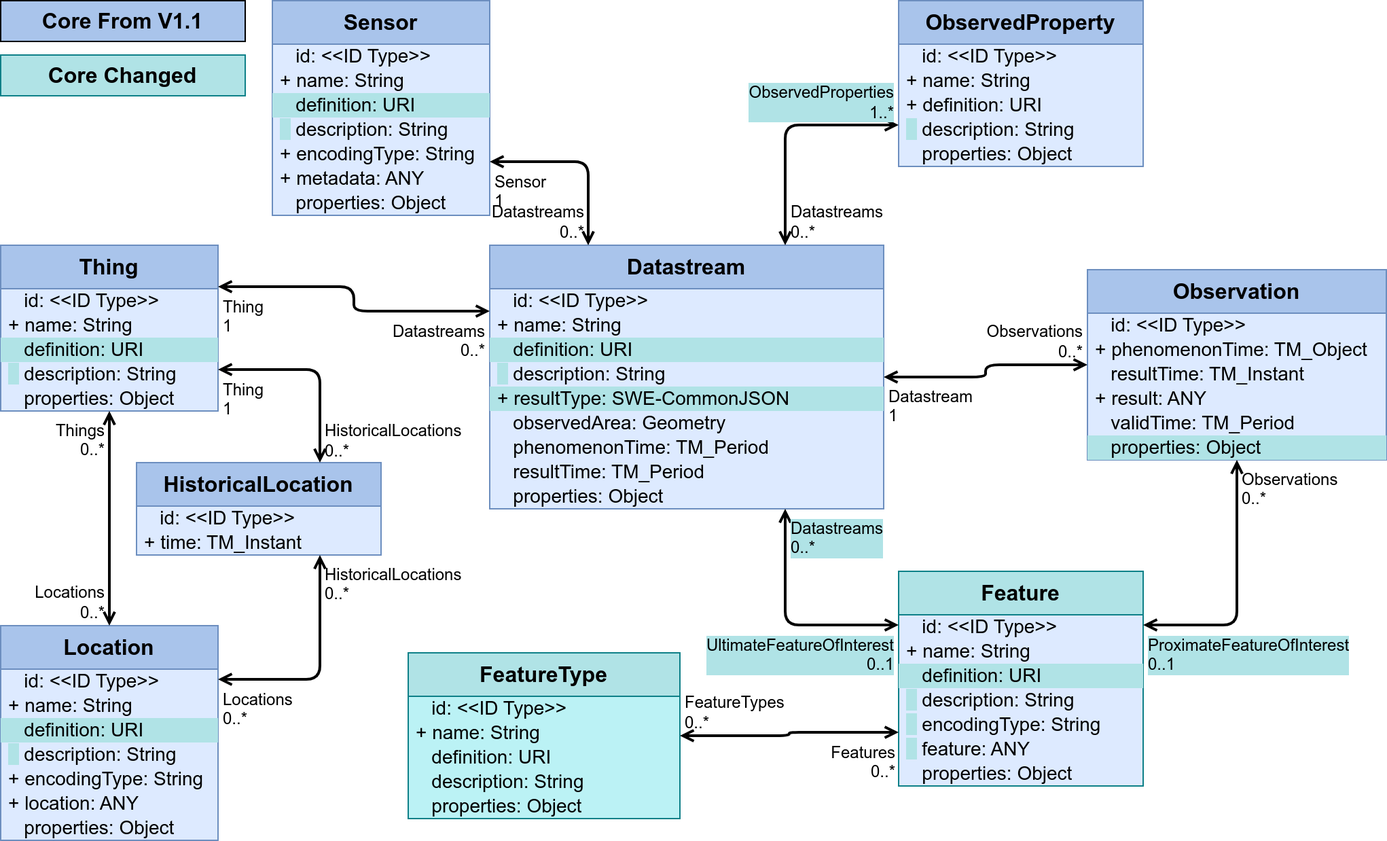
opengeospatial/sensorthings keeps this draw.io diagram as figures/Datamodel-SensorThingsApi-V2-proposal-1-Core-changed.drawio.png. Above is the earlier version. Source tidied: cells renumbered, new cells last; positions are measured from the earlier drawing's top-left corner, leaving out a move shared by most shapes.
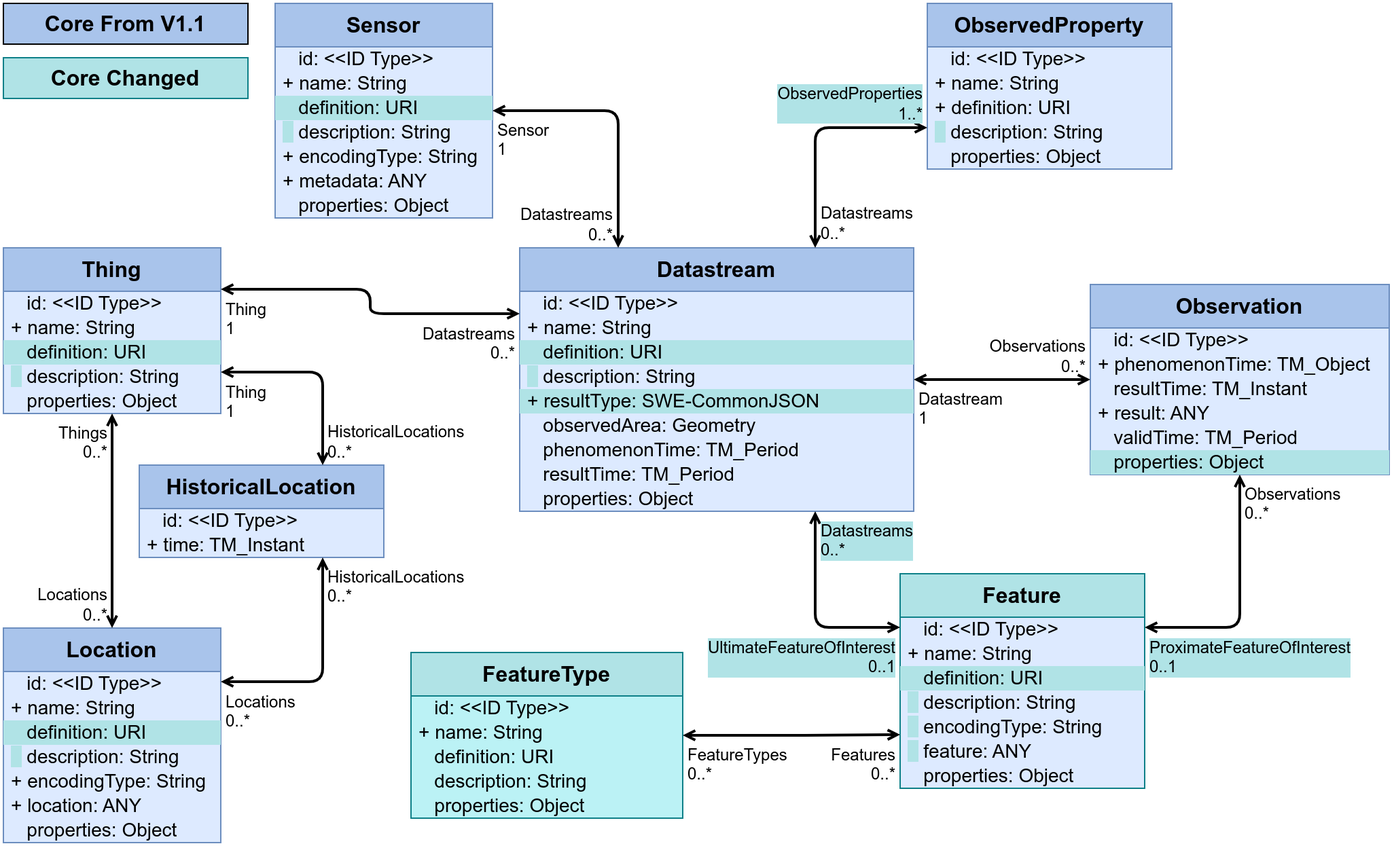
Later version of the same file.

Commit message:
Improved layout

Change to the diagram source:
```diff
@@ -3,7 +3,7 @@
     <mxCell id="0" />
     <mxCell id="1" parent="0" />
     <mxCell id="2" value="Datastream" style="swimlane;fontStyle=1;horizontal=1;startSize=32;fontSize=16;whiteSpace=wrap;html=1;fillColor=#A9C4EB;strokeColor=#6c8ebf;swimlaneFillColor=#DDEAFF;verticalAlign=top;" parent="1" vertex="1">
-      <mxGeometry x="360" y="180" width="290" height="194" as="geometry" />
+      <mxGeometry x="380" y="180" width="290" height="194" as="geometry" />
     </mxCell>
     <mxCell id="3" value="&amp;nbsp;&amp;nbsp;&amp;nbsp;id: &amp;lt;&amp;lt;ID Type&amp;gt;&amp;gt;" style="text;strokeColor=none;fillColor=none;align=left;verticalAlign=middle;spacingLeft=4;spacingRight=4;overflow=visible;html=1;fontSize=14;" parent="2" vertex="1">
       <mxGeometry y="32" width="290" height="18" as="geometry" />
@@ -33,7 +33,7 @@
       <mxGeometry y="176" width="290" height="18" as="geometry" />
     </mxCell>
     <mxCell id="12" value="Feature" style="swimlane;fontStyle=1;horizontal=1;startSize=32;fontSize=16;whiteSpace=wrap;html=1;fillColor=#b0e3e6;strokeColor=#0e8088;swimlaneFillColor=#DDEAFF;verticalAlign=top;" parent="1" vertex="1">
-      <mxGeometry x="661" y="420" width="180" height="158" as="geometry" />
+      <mxGeometry x="660" y="420" width="180" height="158" as="geometry" />
     </mxCell>
     <mxCell id="13" value="&amp;nbsp;&amp;nbsp;&amp;nbsp;id: &amp;lt;&amp;lt;ID Type&amp;gt;&amp;gt;" style="text;strokeColor=none;fillColor=none;align=left;verticalAlign=middle;spacingLeft=4;spacingRight=4;overflow=visible;html=1;fontSize=14;" parent="12" vertex="1">
       <mxGeometry y="32" width="180" height="18" as="geometry" />
@@ -56,7 +56,7 @@
     <mxCell id="19" value="&amp;nbsp;&amp;nbsp;&amp;nbsp;properties: Object" style="text;strokeColor=none;fillColor=none;align=left;verticalAlign=middle;spacingLeft=4;spacingRight=4;overflow=visible;html=1;fontSize=14;" parent="12" vertex="1">
       <mxGeometry y="140" width="180" height="18" as="geometry" />
     </mxCell>
-    <mxCell id="20" style="endArrow=open;startArrow=open;html=1;rounded=1;exitX=0;exitY=0.25;exitDx=0;exitDy=0;edgeStyle=orthogonalEdgeStyle;entryX=0.75;entryY=1;entryDx=0;entryDy=0;curved=0;strokeWidth=2;startFill=0;endFill=0;" parent="1" edge="1" source="12" target="2">
+    <mxCell id="20" style="endArrow=open;startArrow=open;html=1;rounded=1;exitX=0;exitY=0.25;exitDx=0;exitDy=0;edgeStyle=orthogonalEdgeStyle;entryX=0.75;entryY=1;entryDx=0;entryDy=0;curved=0;strokeWidth=2;startFill=0;endFill=0;endSize=5;startSize=5;" parent="1" edge="1" source="12" target="2">
       <mxGeometry relative="1" as="geometry" />
     </mxCell>
     <mxCell id="21" value="UltimateFeatureOfInterest&lt;br&gt;0..1" style="edgeLabel;html=1;align=right;verticalAlign=top;labelBackgroundColor=#B0E3E6;fontSize=12;spacingLeft=1;spacing=3;spacingRight=2;" parent="20" vertex="1">
@@ -66,7 +66,7 @@
       <mxGeometry x="1" relative="1" as="geometry" />
     </mxCell>
     <mxCell id="23" value="FeatureType" style="swimlane;fontStyle=1;horizontal=1;startSize=32;fontSize=16;whiteSpace=wrap;html=1;fillColor=#b0e3e6;strokeColor=#0e8088;swimlaneFillColor=#BBF2F5;verticalAlign=top;" parent="1" vertex="1">
-      <mxGeometry x="300" y="480" width="200" height="122" as="geometry" />
+      <mxGeometry x="300" y="478" width="200" height="122" as="geometry" />
     </mxCell>
     <mxCell id="24" value="&amp;nbsp;&amp;nbsp;&amp;nbsp;id: &amp;lt;&amp;lt;ID Type&amp;gt;&amp;gt;" style="text;strokeColor=none;fillColor=none;align=left;verticalAlign=middle;spacingLeft=4;spacingRight=4;overflow=visible;html=1;fontSize=14;" parent="23" vertex="1">
       <mxGeometry y="32" width="200" height="18" as="geometry" />
@@ -83,10 +83,10 @@
     <mxCell id="28" value="&amp;nbsp;&amp;nbsp;&amp;nbsp;properties: Object" style="text;strokeColor=none;fillColor=none;align=left;verticalAlign=middle;spacingLeft=4;spacingRight=4;overflow=visible;html=1;fontSize=14;" parent="23" vertex="1">
       <mxGeometry y="104" width="200" height="18" as="geometry" />
     </mxCell>
-    <mxCell id="29" style="endArrow=open;startArrow=open;html=1;rounded=1;edgeStyle=orthogonalEdgeStyle;entryX=0;entryY=0.75;entryDx=0;entryDy=0;exitX=1;exitY=0.5;exitDx=0;exitDy=0;strokeWidth=2;curved=0;startFill=0;endFill=0;" parent="1" edge="1" source="23" target="12">
+    <mxCell id="29" style="endArrow=open;startArrow=open;html=1;rounded=1;edgeStyle=orthogonalEdgeStyle;entryX=0;entryY=0.75;entryDx=0;entryDy=0;exitX=1;exitY=0.5;exitDx=0;exitDy=0;strokeWidth=2;curved=0;startFill=0;endFill=0;endSize=5;startSize=5;" parent="1" edge="1" source="23" target="12">
       <mxGeometry relative="1" as="geometry" />
     </mxCell>
-    <mxCell id="30" value="FeatureTypes&lt;br&gt;0..*" style="edgeLabel;html=1;align=left;verticalAlign=bottom;labelBackgroundColor=none;fontSize=12;spacingLeft=1;spacing=3;spacingRight=2;" parent="29" vertex="1">
+    <mxCell id="30" value="FeatureTypes&lt;br&gt;0..*" style="edgeLabel;html=1;align=left;verticalAlign=top;labelBackgroundColor=none;fontSize=12;spacingLeft=1;spacing=3;spacingRight=2;" parent="29" vertex="1">
       <mxGeometry x="-1" relative="1" as="geometry" />
     </mxCell>
     <mxCell id="31" value="Features&lt;br&gt;0..*" style="edgeLabel;html=1;align=right;verticalAlign=top;labelBackgroundColor=none;fontSize=12;spacingLeft=1;spacing=3;spacingRight=2;" parent="29" vertex="1">
@@ -125,7 +125,7 @@
     <mxCell id="42" value="&amp;nbsp;&amp;nbsp;&amp;nbsp;properties: Object" style="text;strokeColor=none;fillColor=none;align=left;verticalAlign=middle;spacingLeft=4;spacingRight=4;overflow=visible;html=1;fontSize=14;" parent="35" vertex="1">
       <mxGeometry y="140" width="160" height="18" as="geometry" />
     </mxCell>
-    <mxCell id="43" style="endArrow=open;startArrow=open;html=1;rounded=1;entryX=0.75;entryY=1;entryDx=0;entryDy=0;edgeStyle=orthogonalEdgeStyle;exitX=1;exitY=0.25;exitDx=0;exitDy=0;strokeWidth=2;curved=0;startFill=0;endFill=0;" parent="1" edge="1" source="35" target="32">
+    <mxCell id="43" style="endArrow=open;startArrow=open;html=1;rounded=1;entryX=0.75;entryY=1;entryDx=0;entryDy=0;edgeStyle=orthogonalEdgeStyle;exitX=1;exitY=0.25;exitDx=0;exitDy=0;strokeWidth=2;curved=0;startFill=0;endFill=0;endSize=5;startSize=5;" parent="1" edge="1" source="35" target="32">
       <mxGeometry relative="1" as="geometry" />
     </mxCell>
     <mxCell id="44" value="Locations&lt;br&gt;0..*" style="edgeLabel;html=1;align=left;verticalAlign=top;labelBackgroundColor=none;fontSize=12;spacingLeft=1;spacing=3;spacingRight=2;" parent="43" vertex="1">
@@ -135,7 +135,7 @@
       <mxGeometry x="1" relative="1" as="geometry" />
     </mxCell>
     <mxCell id="46" value="Observation" style="swimlane;fontStyle=1;horizontal=1;startSize=32;fontSize=16;whiteSpace=wrap;html=1;fillColor=#A9C4EB;strokeColor=#6c8ebf;swimlaneFillColor=#DDEAFF;verticalAlign=top;" parent="1" vertex="1">
-      <mxGeometry x="800" y="198" width="220" height="140" as="geometry" />
+      <mxGeometry x="800" y="207" width="220" height="140" as="geometry" />
     </mxCell>
     <mxCell id="47" value="&amp;nbsp;&amp;nbsp;&amp;nbsp;id: &amp;lt;&amp;lt;ID Type&amp;gt;&amp;gt;" style="text;strokeColor=none;fillColor=none;align=left;verticalAlign=middle;spacingLeft=4;spacingRight=4;overflow=visible;html=1;fontSize=14;" parent="46" vertex="1">
       <mxGeometry y="32" width="220" height="18" as="geometry" />
@@ -155,7 +155,7 @@
     <mxCell id="52" value="&amp;nbsp;&amp;nbsp;&amp;nbsp;properties: Object" style="text;strokeColor=none;fillColor=#b0e3e6;align=left;verticalAlign=middle;spacingLeft=4;spacingRight=4;overflow=visible;html=1;fontSize=14;" parent="46" vertex="1">
       <mxGeometry y="122" width="220" height="18" as="geometry" />
     </mxCell>
-    <mxCell id="53" style="endArrow=open;startArrow=open;html=1;rounded=1;exitX=0;exitY=0.5;exitDx=0;exitDy=0;entryX=1;entryY=0.5;entryDx=0;entryDy=0;edgeStyle=orthogonalEdgeStyle;strokeWidth=2;curved=0;startFill=0;endFill=0;" parent="1" edge="1" source="46" target="2">
+    <mxCell id="53" style="endArrow=open;startArrow=open;html=1;rounded=1;exitX=0;exitY=0.5;exitDx=0;exitDy=0;entryX=1;entryY=0.5;entryDx=0;entryDy=0;edgeStyle=orthogonalEdgeStyle;strokeWidth=2;curved=0;startFill=0;endFill=0;endSize=5;startSize=5;" parent="1" edge="1" source="46" target="2">
       <mxGeometry relative="1" as="geometry" />
     </mxCell>
     <mxCell id="54" value="Observations&lt;br&gt;0..*" style="edgeLabel;html=1;align=right;verticalAlign=bottom;labelBackgroundColor=none;fontSize=12;spacingLeft=1;spacing=3;spacingRight=2;" parent="53" vertex="1">
@@ -164,7 +164,7 @@
     <mxCell id="55" value="Datastream&lt;br&gt;1" style="edgeLabel;html=1;align=left;verticalAlign=top;labelBackgroundColor=none;fontSize=12;spacingLeft=1;spacing=3;spacingRight=2;" parent="53" vertex="1">
       <mxGeometry x="1" relative="1" as="geometry" />
     </mxCell>
-    <mxCell id="56" style="endArrow=open;startArrow=open;html=1;rounded=1;exitX=0.5;exitY=1;exitDx=0;exitDy=0;edgeStyle=orthogonalEdgeStyle;entryX=1;entryY=0.25;entryDx=0;entryDy=0;curved=0;strokeWidth=2;startFill=0;endFill=0;" parent="1" edge="1" source="46" target="12">
+    <mxCell id="56" style="endArrow=open;startArrow=open;html=1;rounded=1;exitX=0.5;exitY=1;exitDx=0;exitDy=0;edgeStyle=orthogonalEdgeStyle;entryX=1;entryY=0.25;entryDx=0;entryDy=0;curved=0;strokeWidth=2;startFill=0;endFill=0;endSize=5;startSize=5;" parent="1" edge="1" source="46" target="12">
       <mxGeometry relative="1" as="geometry" />
     </mxCell>
     <mxCell id="57" value="Observations&lt;br&gt;0..*" style="edgeLabel;html=1;align=left;verticalAlign=top;labelBackgroundColor=none;fontSize=12;spacingLeft=1;spacing=3;spacingRight=2;" parent="56" vertex="1">
@@ -174,7 +174,7 @@
       <mxGeometry x="1" relative="1" as="geometry" />
     </mxCell>
     <mxCell id="59" value="ObservedProperty" style="swimlane;fontStyle=1;horizontal=1;startSize=32;fontSize=16;whiteSpace=wrap;html=1;fillColor=#A9C4EB;strokeColor=#6c8ebf;swimlaneFillColor=#DDEAFF;verticalAlign=top;" parent="1" vertex="1">
-      <mxGeometry x="661" width="180" height="122" as="geometry" />
+      <mxGeometry x="680" width="180" height="122" as="geometry" />
     </mxCell>
     <mxCell id="60" value="&amp;nbsp;&amp;nbsp;&amp;nbsp;id: &amp;lt;&amp;lt;ID Type&amp;gt;&amp;gt;" style="text;strokeColor=none;fillColor=none;align=left;verticalAlign=middle;spacingLeft=4;spacingRight=4;overflow=visible;html=1;fontSize=14;" parent="59" vertex="1">
       <mxGeometry y="32" width="180" height="18" as="geometry" />
@@ -191,7 +191,7 @@
     <mxCell id="64" value="&amp;nbsp;&amp;nbsp;&amp;nbsp;properties: Object" style="text;strokeColor=none;fillColor=none;align=left;verticalAlign=middle;spacingLeft=4;spacingRight=4;overflow=visible;html=1;fontSize=14;" parent="59" vertex="1">
       <mxGeometry y="104" width="180" height="18" as="geometry" />
     </mxCell>
-    <mxCell id="65" style="endArrow=open;startArrow=open;html=1;rounded=1;edgeStyle=orthogonalEdgeStyle;entryX=0.75;entryY=0;entryDx=0;entryDy=0;exitX=0;exitY=0.75;exitDx=0;exitDy=0;curved=0;strokeWidth=2;startFill=0;endFill=0;" parent="1" edge="1" source="59" target="2">
+    <mxCell id="65" style="endArrow=open;startArrow=open;html=1;rounded=1;edgeStyle=orthogonalEdgeStyle;entryX=0.75;entryY=0;entryDx=0;entryDy=0;exitX=0;exitY=0.75;exitDx=0;exitDy=0;curved=0;strokeWidth=2;startFill=0;endFill=0;endSize=5;startSize=5;" parent="1" edge="1" source="59" target="2">
       <mxGeometry relative="1" as="geometry" />
     </mxCell>
     <mxCell id="66" value="ObservedProperties&lt;br&gt;1..*" style="edgeLabel;html=1;align=right;verticalAlign=bottom;labelBackgroundColor=#B0E3E6;fontSize=12;spacingLeft=1;spacing=3;spacingRight=2;" parent="65" vertex="1">
@@ -224,7 +224,7 @@
     <mxCell id="75" value="&amp;nbsp;&amp;nbsp;&amp;nbsp;properties: Object" style="text;strokeColor=none;fillColor=none;align=left;verticalAlign=middle;spacingLeft=4;spacingRight=4;overflow=visible;html=1;fontSize=14;" parent="68" vertex="1">
       <mxGeometry y="140" width="160" height="18" as="geometry" />
     </mxCell>
-    <mxCell id="76" style="endArrow=open;startArrow=open;html=1;rounded=1;entryX=0.25;entryY=0;entryDx=0;entryDy=0;edgeStyle=orthogonalEdgeStyle;exitX=1;exitY=0.75;exitDx=0;exitDy=0;curved=0;strokeWidth=2;startFill=0;endFill=0;" parent="1" edge="1" source="68" target="2">
+    <mxCell id="76" style="endArrow=open;startArrow=open;html=1;rounded=1;entryX=0.25;entryY=0;entryDx=0;entryDy=0;edgeStyle=orthogonalEdgeStyle;exitX=1;exitY=0.5;exitDx=0;exitDy=0;curved=0;strokeWidth=2;startFill=0;endFill=0;endSize=5;startSize=5;" parent="1" edge="1" source="68" target="2">
       <mxGeometry relative="1" as="geometry" />
     </mxCell>
     <mxCell id="77" value="Sensor&lt;br&gt;1" style="edgeLabel;html=1;align=left;verticalAlign=top;labelBackgroundColor=none;fontSize=12;spacingLeft=1;spacing=3;spacingRight=2;" parent="76" vertex="1">
@@ -251,7 +251,7 @@
     <mxCell id="84" value="&amp;nbsp;&amp;nbsp;&amp;nbsp;properties: Object" style="text;strokeColor=none;fillColor=none;align=left;verticalAlign=middle;spacingLeft=4;spacingRight=4;overflow=visible;html=1;fontSize=14;" parent="79" vertex="1">
       <mxGeometry y="104" width="160" height="18" as="geometry" />
     </mxCell>
-    <mxCell id="85" style="endArrow=open;startArrow=open;html=1;rounded=1;exitX=1;exitY=0.75;exitDx=0;exitDy=0;edgeStyle=orthogonalEdgeStyle;entryX=0.75;entryY=0;entryDx=0;entryDy=0;strokeWidth=2;curved=0;startFill=0;endFill=0;" parent="1" edge="1" source="79" target="32">
+    <mxCell id="85" style="endArrow=open;startArrow=open;html=1;rounded=1;exitX=1;exitY=0.75;exitDx=0;exitDy=0;edgeStyle=orthogonalEdgeStyle;entryX=0.75;entryY=0;entryDx=0;entryDy=0;strokeWidth=2;curved=0;startFill=0;endFill=0;endSize=5;startSize=5;" parent="1" edge="1" source="79" target="32">
       <mxGeometry relative="1" as="geometry" />
     </mxCell>
     <mxCell id="86" value="Thing&lt;br&gt;1" style="edgeLabel;html=1;align=left;verticalAlign=top;labelBackgroundColor=none;fontSize=12;spacingLeft=1;spacing=3;spacingRight=2;" parent="85" vertex="1">
@@ -260,7 +260,7 @@
     <mxCell id="87" value="HistoricalLocations&lt;br&gt;0..*" style="edgeLabel;html=1;align=left;verticalAlign=bottom;labelBackgroundColor=none;fontSize=12;spacingLeft=1;spacing=3;spacingRight=2;" parent="85" vertex="1">
       <mxGeometry x="1" relative="1" as="geometry" />
     </mxCell>
-    <mxCell id="88" style="endArrow=open;startArrow=open;html=1;rounded=1;noEdgeStyle=1;entryX=0.5;entryY=0;entryDx=0;entryDy=0;exitX=0.5;exitY=1;exitDx=0;exitDy=0;strokeWidth=2;curved=0;startFill=0;endFill=0;" parent="1" edge="1" source="79" target="35">
+    <mxCell id="88" style="endArrow=open;startArrow=open;html=1;rounded=1;noEdgeStyle=1;entryX=0.5;entryY=0;entryDx=0;entryDy=0;exitX=0.5;exitY=1;exitDx=0;exitDy=0;strokeWidth=2;curved=0;startFill=0;endFill=0;endSize=5;startSize=5;" parent="1" edge="1" source="79" target="35">
       <mxGeometry relative="1" as="geometry" />
     </mxCell>
     <mxCell id="89" value="Things&lt;br&gt;0..*" style="edgeLabel;html=1;align=right;verticalAlign=top;labelBackgroundColor=none;fontSize=12;spacingLeft=1;spacing=3;spacingRight=2;" parent="88" vertex="1">
@@ -269,7 +269,7 @@
     <mxCell id="90" value="Locations&lt;br&gt;0..*" style="edgeLabel;html=1;align=right;verticalAlign=bottom;labelBackgroundColor=none;fontSize=12;spacingLeft=1;spacing=3;spacingRight=2;" parent="88" vertex="1">
       <mxGeometry x="1" relative="1" as="geometry" />
     </mxCell>
-    <mxCell id="91" style="endArrow=open;startArrow=open;html=1;rounded=1;edgeStyle=orthogonalEdgeStyle;entryX=0;entryY=0.25;entryDx=0;entryDy=0;exitX=1;exitY=0.25;exitDx=0;exitDy=0;strokeWidth=2;curved=0;startFill=0;endFill=0;" parent="1" edge="1" source="79" target="2">
+    <mxCell id="91" style="endArrow=open;startArrow=open;html=1;rounded=1;edgeStyle=orthogonalEdgeStyle;entryX=0;entryY=0.25;entryDx=0;entryDy=0;exitX=1;exitY=0.25;exitDx=0;exitDy=0;strokeWidth=2;curved=0;startFill=0;endFill=0;endSize=5;startSize=5;" parent="1" edge="1" source="79" target="2">
       <mxGeometry relative="1" as="geometry" />
     </mxCell>
     <mxCell id="92" value="Thing&lt;br&gt;1" style="edgeLabel;html=1;align=left;verticalAlign=top;labelBackgroundColor=none;fontSize=12;spacingLeft=1;spacing=3;spacingRight=2;" parent="91" vertex="1">
```
